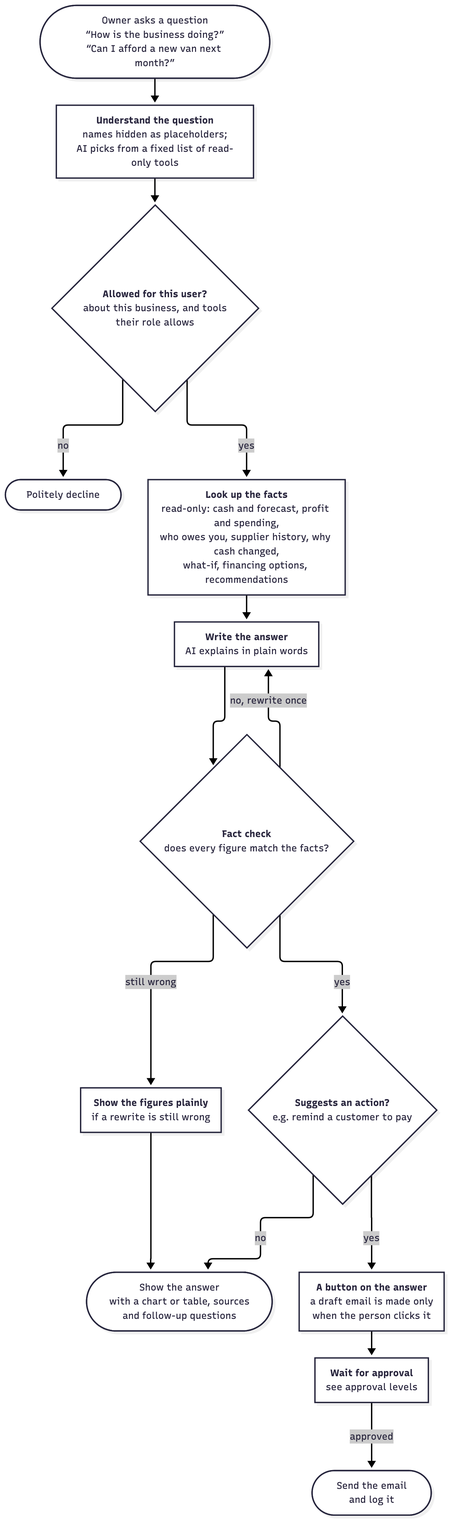
This is docs/diagrams/copilot-graph.png from Rayaan-office/Fintech-2026, a Mermaid export, as it was before one commit. Its source is kept beside it as docs/diagrams/copilot-graph.mmd.
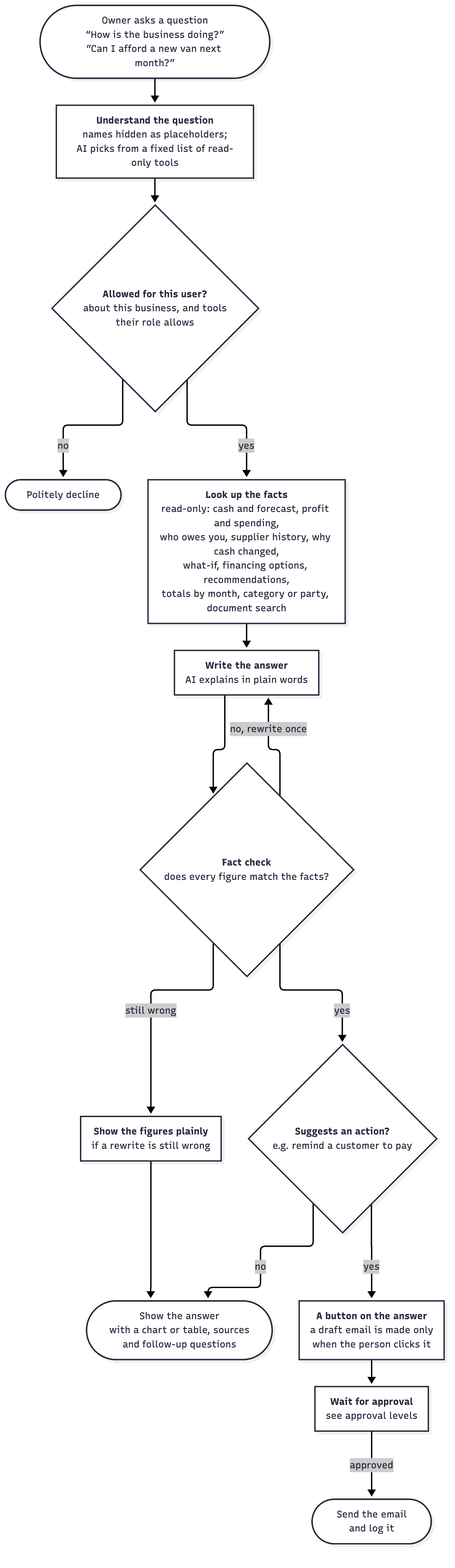
After the commit.

Commit message:
Docs: stage 7b in the build stages and the assistant's new tools in its diagram

Diff of the diagram source:
```diff
@@ -4,7 +4,7 @@
   U["<b>Understand the question</b><br/>names hidden as placeholders;<br/>AI picks from a fixed list of read-only tools"]
   SAFE{"<b>Allowed for this user?</b><br/>about this business, and tools<br/>their role allows"}
   NO(["Politely decline"])
-  D["<b>Look up the facts</b><br/>read-only: cash and forecast, profit and spending,<br/>who owes you, supplier history, why cash changed,<br/>what-if, financing options, recommendations"]
+  D["<b>Look up the facts</b><br/>read-only: cash and forecast, profit and spending,<br/>who owes you, supplier history, why cash changed,<br/>what-if, financing options, recommendations,<br/>totals by month, category or party, document search"]
   W["<b>Write the answer</b><br/>AI explains in plain words"]
   V{"<b>Fact check</b><br/>does every figure match the facts?"}
   F["<b>Show the figures plainly</b><br/>if a rewrite is still wrong"]
```
